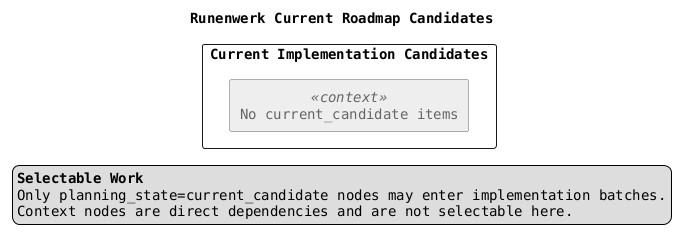
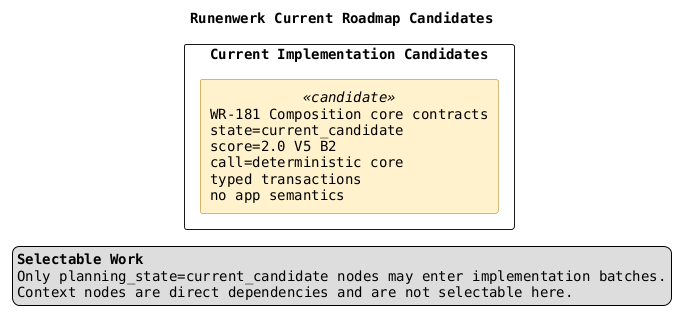
@startuml
title Runenwerk Current Roadmap Candidates

top to bottom direction
skinparam componentStyle rectangle
skinparam shadowing false
skinparam packageStyle rectangle
skinparam defaultFontName Monospaced

skinparam component {
  BackgroundColor<<candidate>> #FFF2CC
  BorderColor<<candidate>> #AA7700
  BackgroundColor<<context>> #EEEEEE
  BorderColor<<context>> #666666
  FontColor<<context>> #666666
}

legend right
  <b>Selectable Work</b>
  Only planning_state=current_candidate nodes may enter implementation batches.
  Context nodes are direct dependencies and are not selectable here.
endlegend

package "Current Implementation Candidates" {
-   component "No current_candidate items" as NO_CANDIDATES <<context>>
+   component "WR-181 Composition core contracts\nstate=current_candidate\nscore=2.0 V5 B2\ncall=deterministic core\ntyped transactions\nno app semantics" as UICOMP02 <<candidate>>

}


@enduml
